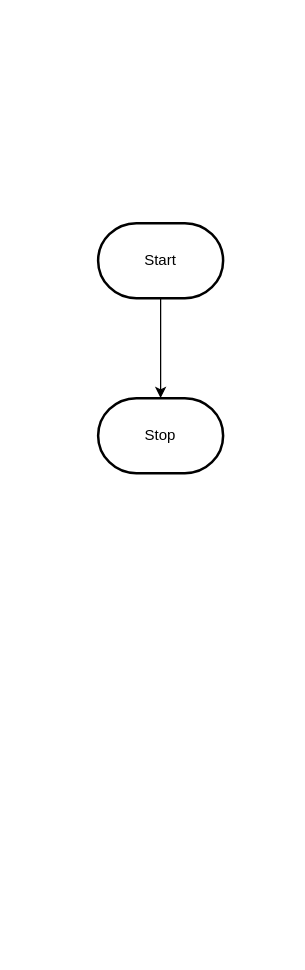
This is design/flowchart.drawio from MTHS-ICS2O-2-2022/ICS2O-Unit-5-02-timbradyy, a draw.io file, before an edit. Source tidied: cells renumbered, new cells numbered last; positions are measured from the earlier drawing's top-left corner, leaving out a move shared by most shapes. Both pictures are drawn from the tidied source at 125%, with x=0, y=0 at pixel (98, 222).
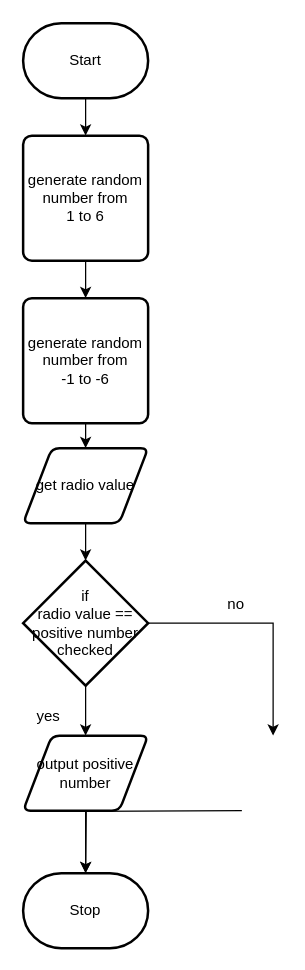
Above is the later version.

Change to the diagram source:
```diff
@@
-    <mxCell id="2" style="edgeStyle=orthogonalEdgeStyle;html=1;rounded=0;" parent="1" edge="1" source="3" target="4">
-      <mxGeometry relative="1" as="geometry" />
-    </mxCell>
+    <mxCell id="5" style="edgeStyle=none;html=1;exitX=0.5;exitY=1;exitDx=0;exitDy=0;exitPerimeter=0;entryX=0.5;entryY=0;entryDx=0;entryDy=0;" parent="1" edge="1" source="3" target="7">
+      <mxGeometry relative="1" as="geometry" />
+    </mxCell>
     <mxCell id="3" value="Start" style="strokeWidth=2;html=1;shape=mxgraph.flowchart.terminator;whiteSpace=wrap;" parent="1" vertex="1">
-      <mxGeometry width="100" height="60" as="geometry" />
+      <mxGeometry x="-60" y="-160" width="100" height="60" as="geometry" />
     </mxCell>
     <mxCell id="4" value="Stop" style="strokeWidth=2;html=1;shape=mxgraph.flowchart.terminator;whiteSpace=wrap;" parent="1" vertex="1">
-      <mxGeometry y="140" width="100" height="60" as="geometry" />
+      <mxGeometry x="-60" y="520" width="100" height="60" as="geometry" />
     </mxCell>
+    <mxCell id="6" style="edgeStyle=none;html=1;exitX=0.5;exitY=1;exitDx=0;exitDy=0;entryX=0.5;entryY=0;entryDx=0;entryDy=0;" parent="1" edge="1" source="7" target="9">
+      <mxGeometry relative="1" as="geometry" />
+    </mxCell>
+    <mxCell id="7" value="generate random&lt;br&gt;number from &lt;br&gt;1 to 6" style="rounded=1;whiteSpace=wrap;html=1;absoluteArcSize=1;arcSize=14;strokeWidth=2;" parent="1" vertex="1">
+      <mxGeometry x="-60" y="-70" width="100" height="100" as="geometry" />
+    </mxCell>
+    <mxCell id="8" style="edgeStyle=none;html=1;exitX=0.5;exitY=1;exitDx=0;exitDy=0;entryX=0.5;entryY=0;entryDx=0;entryDy=0;" parent="1" edge="1" source="9" target="11">
+      <mxGeometry relative="1" as="geometry" />
+    </mxCell>
+    <mxCell id="9" value="generate random&lt;br&gt;number from &lt;br&gt;-1 to -6" style="rounded=1;whiteSpace=wrap;html=1;absoluteArcSize=1;arcSize=14;strokeWidth=2;" parent="1" vertex="1">
+      <mxGeometry x="-60" y="60" width="100" height="100" as="geometry" />
+    </mxCell>
+    <mxCell id="10" style="edgeStyle=none;html=1;exitX=0.5;exitY=1;exitDx=0;exitDy=0;entryX=0.5;entryY=0;entryDx=0;entryDy=0;entryPerimeter=0;" parent="1" edge="1" source="11" target="14">
+      <mxGeometry relative="1" as="geometry" />
+    </mxCell>
+    <mxCell id="11" value="get radio value" style="shape=parallelogram;html=1;strokeWidth=2;perimeter=parallelogramPerimeter;whiteSpace=wrap;rounded=1;arcSize=12;size=0.23;" parent="1" vertex="1">
+      <mxGeometry x="-60" y="180" width="100" height="60" as="geometry" />
+    </mxCell>
+    <mxCell id="12" style="edgeStyle=none;html=1;exitX=0.5;exitY=1;exitDx=0;exitDy=0;exitPerimeter=0;entryX=0.5;entryY=0;entryDx=0;entryDy=0;" parent="1" edge="1" source="14" target="16">
+      <mxGeometry relative="1" as="geometry" />
+    </mxCell>
+    <mxCell id="13" style="edgeStyle=orthogonalEdgeStyle;html=1;exitX=1;exitY=0.5;exitDx=0;exitDy=0;exitPerimeter=0;entryX=0.5;entryY=0;entryDx=0;entryDy=0;rounded=0;" parent="1" edge="1" source="14">
+      <mxGeometry relative="1" as="geometry">
+        <mxPoint x="140" y="410" as="targetPoint" />
+        <Array as="points">
+          <mxPoint x="140" y="320" />
+        </Array>
+      </mxGeometry>
+    </mxCell>
+    <mxCell id="14" value="if&lt;br&gt;radio value ==&lt;br&gt;positive number&lt;br&gt;checked" style="strokeWidth=2;html=1;shape=mxgraph.flowchart.decision;whiteSpace=wrap;" parent="1" vertex="1">
+      <mxGeometry x="-60" y="270" width="100" height="100" as="geometry" />
+    </mxCell>
+    <mxCell id="15" style="edgeStyle=orthogonalEdgeStyle;rounded=0;html=1;exitX=0.5;exitY=1;exitDx=0;exitDy=0;entryX=0.5;entryY=0;entryDx=0;entryDy=0;entryPerimeter=0;" parent="1" edge="1" source="16" target="4">
+      <mxGeometry relative="1" as="geometry" />
+    </mxCell>
+    <mxCell id="16" value="output positive number" style="shape=parallelogram;html=1;strokeWidth=2;perimeter=parallelogramPerimeter;whiteSpace=wrap;rounded=1;arcSize=12;size=0.23;" parent="1" vertex="1">
+      <mxGeometry x="-60" y="410" width="100" height="60" as="geometry" />
+    </mxCell>
+    <mxCell id="17" style="edgeStyle=orthogonalEdgeStyle;rounded=0;html=1;exitX=0.25;exitY=1;exitDx=0;exitDy=0;" parent="1" edge="1">
+      <mxGeometry relative="1" as="geometry">
+        <mxPoint x="115" y="470" as="sourcePoint" />
+        <mxPoint x="-10" y="520" as="targetPoint" />
+      </mxGeometry>
+    </mxCell>
+    <mxCell id="18" value="yes" style="text;html=1;align=center;verticalAlign=middle;strokeColor=none;fillColor=none;" parent="1" vertex="1">
+      <mxGeometry x="-60" y="380" width="40" height="30" as="geometry" />
+    </mxCell>
+    <mxCell id="19" value="no" style="text;html=1;align=center;verticalAlign=middle;strokeColor=none;fillColor=none;" parent="1" vertex="1">
+      <mxGeometry x="90" y="290" width="40" height="30" as="geometry" />
+    </mxCell>
```
